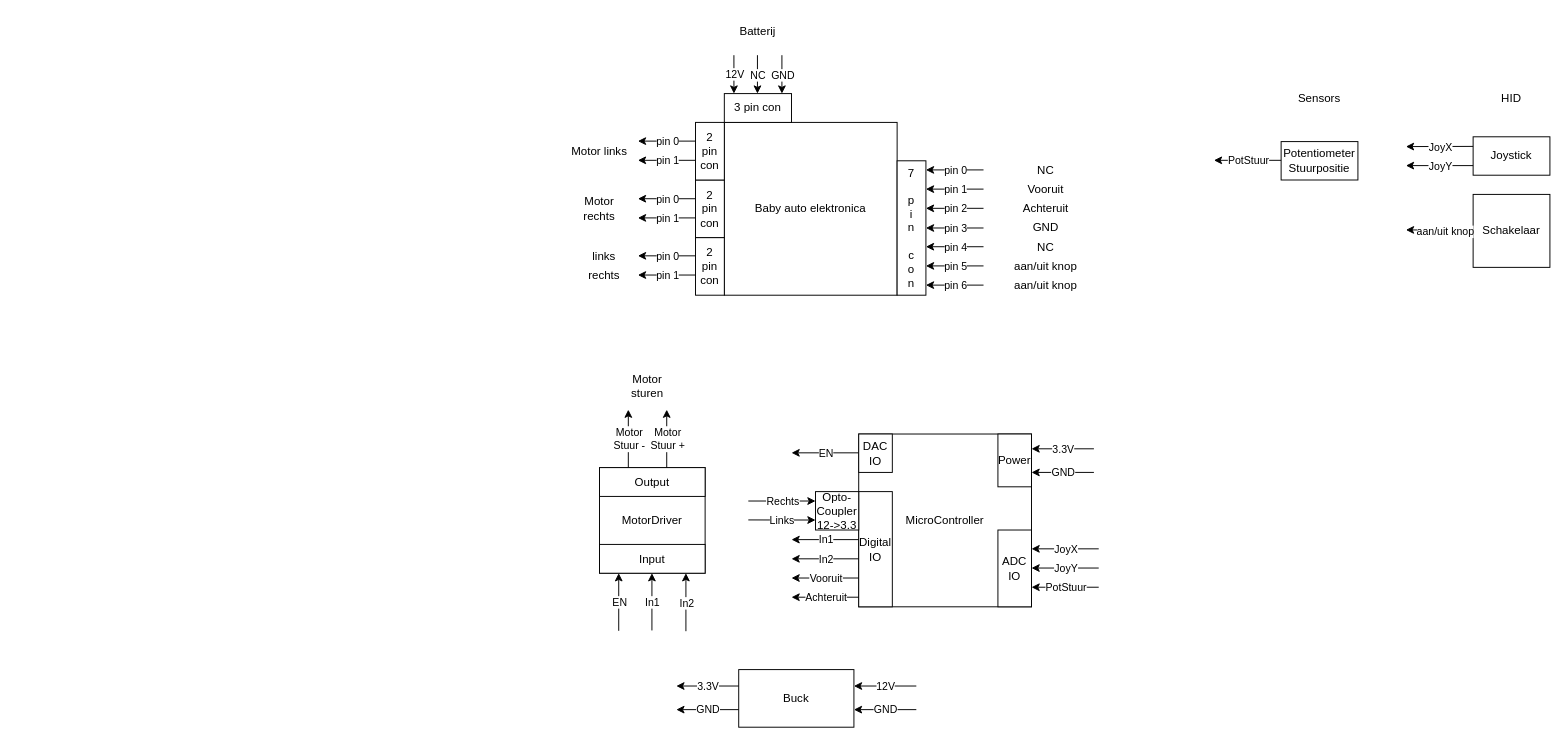
This is page "nieuwe interface baby auto elektronica" (4 of 6) of Schetsen/Architectuur.drawio from vives-project-xp/GoBabyGo2.0, a draw.io file, before an edit. Source tidied: cells renumbered, new cells numbered last; positions are measured from the earlier drawing's top-left corner, leaving out a move shared by most shapes. Both pictures are drawn from the tidied source at 96%, with x=0, y=0 at pixel (570, 16).
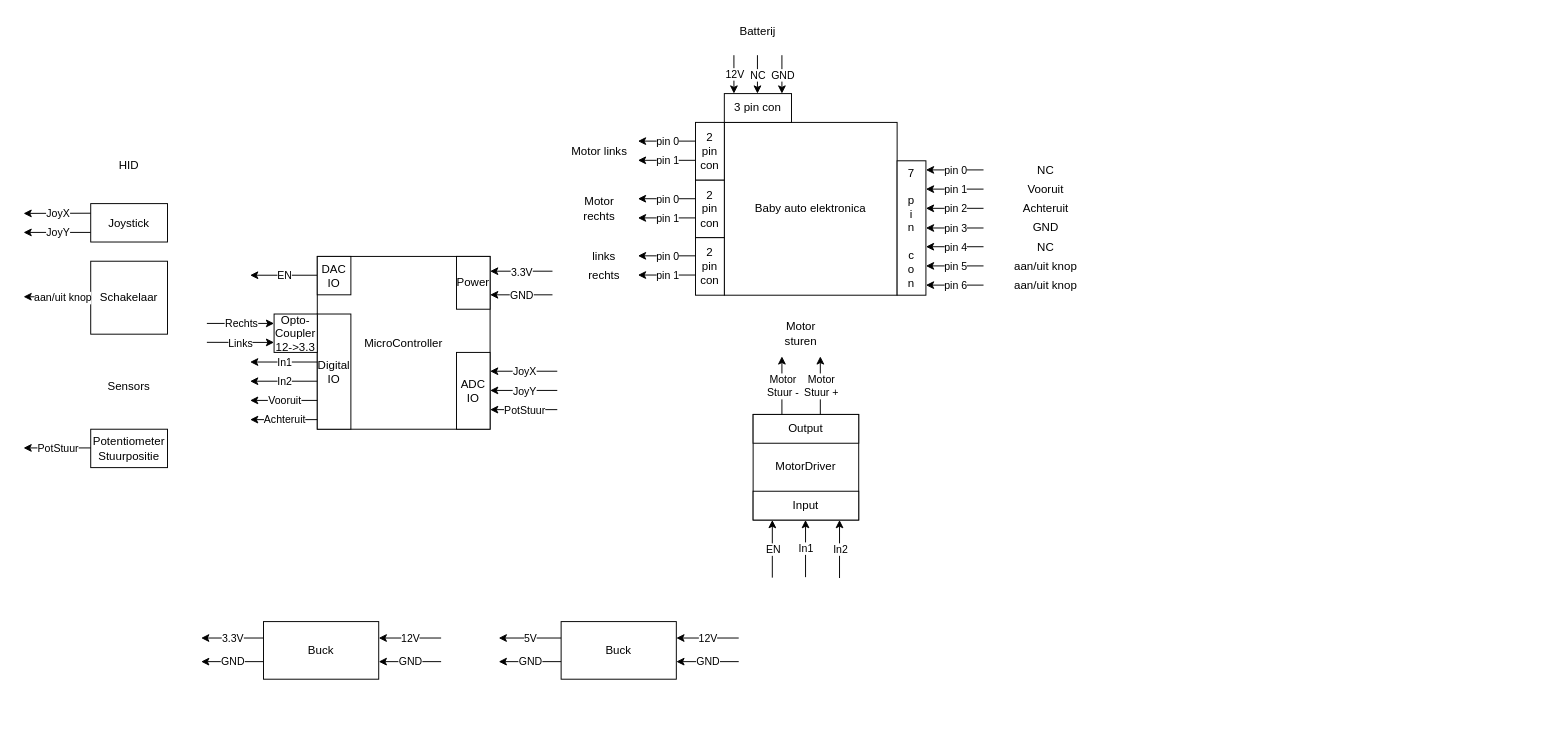
After the change.

The edit, as a diff of the source:
```diff
@@
     <mxCell id="43" value="Motor sturen" style="text;html=1;strokeColor=none;fillColor=none;align=center;verticalAlign=middle;whiteSpace=wrap;rounded=0;" parent="1" vertex="1">
-      <mxGeometry x="50" y="370" width="60" height="30" as="geometry" />
+      <mxGeometry x="210" y="314.6" width="60" height="30" as="geometry" />
     </mxCell>
@@
     <mxCell id="51" value="MicroController" style="whiteSpace=wrap;html=1;" parent="1" vertex="1">
-      <mxGeometry x="300" y="434.6" width="180" height="180" as="geometry" />
+      <mxGeometry x="-264" y="249.6" width="180" height="180" as="geometry" />
     </mxCell>
     <mxCell id="52" value="Digital&lt;br&gt;IO" style="rounded=0;whiteSpace=wrap;html=1;" parent="1" vertex="1">
-      <mxGeometry x="300" y="494.6" width="35" height="120" as="geometry" />
+      <mxGeometry x="-264" y="309.6" width="35" height="120" as="geometry" />
     </mxCell>
     <mxCell id="53" style="endArrow=classic;html=1;rounded=0;" parent="1" edge="1">
       <mxGeometry relative="1" as="geometry">
-        <mxPoint x="300" y="544.6" as="sourcePoint" />
-        <mxPoint x="230" y="544.6" as="targetPoint" />
+        <mxPoint x="-264" y="359.6" as="sourcePoint" />
+        <mxPoint x="-334" y="359.6" as="targetPoint" />
       </mxGeometry>
     </mxCell>
@@
     <mxCell id="55" style="endArrow=classic;html=1;rounded=0;" parent="1" edge="1">
       <mxGeometry relative="1" as="geometry">
-        <mxPoint x="300" y="564.6" as="sourcePoint" />
-        <mxPoint x="230" y="564.6" as="targetPoint" />
+        <mxPoint x="-264" y="379.6" as="sourcePoint" />
+        <mxPoint x="-334" y="379.6" as="targetPoint" />
       </mxGeometry>
     </mxCell>
@@
     <mxCell id="57" style="endArrow=classic;html=1;rounded=0;" parent="1" edge="1">
       <mxGeometry relative="1" as="geometry">
-        <mxPoint x="300" y="454.2" as="sourcePoint" />
-        <mxPoint x="230" y="454.2" as="targetPoint" />
+        <mxPoint x="-264" y="269.2" as="sourcePoint" />
+        <mxPoint x="-334" y="269.2" as="targetPoint" />
       </mxGeometry>
     </mxCell>
@@
     <mxCell id="59" value="DAC&lt;br&gt;IO" style="rounded=0;whiteSpace=wrap;html=1;" parent="1" vertex="1">
-      <mxGeometry x="300" y="434.6" width="35" height="40" as="geometry" />
+      <mxGeometry x="-264" y="249.6" width="35" height="40" as="geometry" />
     </mxCell>
     <mxCell id="60" value="ADC&lt;br&gt;IO" style="rounded=0;whiteSpace=wrap;html=1;" parent="1" vertex="1">
-      <mxGeometry x="445" y="534.6" width="35" height="80" as="geometry" />
+      <mxGeometry x="-119" y="349.6" width="35" height="80" as="geometry" />
     </mxCell>
     <mxCell id="61" style="endArrow=classic;html=1;rounded=0;" parent="1" edge="1">
       <mxGeometry relative="1" as="geometry">
-        <mxPoint x="300" y="584.6" as="sourcePoint" />
-        <mxPoint x="230" y="584.6" as="targetPoint" />
+        <mxPoint x="-264" y="399.6" as="sourcePoint" />
+        <mxPoint x="-334" y="399.6" as="targetPoint" />
       </mxGeometry>
     </mxCell>
@@
     <mxCell id="63" style="endArrow=classic;html=1;rounded=0;" parent="1" edge="1">
       <mxGeometry relative="1" as="geometry">
-        <mxPoint x="300" y="604.6" as="sourcePoint" />
-        <mxPoint x="230" y="604.6" as="targetPoint" />
+        <mxPoint x="-264" y="419.6" as="sourcePoint" />
+        <mxPoint x="-334" y="419.6" as="targetPoint" />
       </mxGeometry>
     </mxCell>
@@
     <mxCell id="65" style="endArrow=classic;html=1;rounded=0;" parent="1" edge="1">
       <mxGeometry relative="1" as="geometry">
-        <mxPoint x="550" y="554.2" as="sourcePoint" />
-        <mxPoint x="480" y="554.2" as="targetPoint" />
+        <mxPoint x="-14" y="369.2" as="sourcePoint" />
+        <mxPoint x="-84" y="369.2" as="targetPoint" />
       </mxGeometry>
     </mxCell>
@@
     <mxCell id="67" style="endArrow=classic;html=1;rounded=0;" parent="1" edge="1">
       <mxGeometry relative="1" as="geometry">
-        <mxPoint x="550" y="574.2" as="sourcePoint" />
-        <mxPoint x="480" y="574.2" as="targetPoint" />
+        <mxPoint x="-14" y="389.2" as="sourcePoint" />
+        <mxPoint x="-84" y="389.2" as="targetPoint" />
       </mxGeometry>
     </mxCell>
@@
     <mxCell id="69" style="endArrow=classic;html=1;rounded=0;" parent="1" edge="1">
       <mxGeometry relative="1" as="geometry">
-        <mxPoint x="550" y="594.2" as="sourcePoint" />
-        <mxPoint x="480" y="594.2" as="targetPoint" />
+        <mxPoint x="-14" y="409.2" as="sourcePoint" />
+        <mxPoint x="-84" y="409.2" as="targetPoint" />
       </mxGeometry>
     </mxCell>
@@
     <mxCell id="71" style="endArrow=classic;html=1;rounded=0;" parent="1" edge="1">
       <mxGeometry relative="1" as="geometry">
-        <mxPoint x="185" y="524.1" as="sourcePoint" />
-        <mxPoint x="255" y="524.2" as="targetPoint" />
+        <mxPoint x="-379" y="339.1" as="sourcePoint" />
+        <mxPoint x="-309" y="339.2" as="targetPoint" />
       </mxGeometry>
     </mxCell>
@@
     <mxCell id="73" style="endArrow=classic;html=1;rounded=0;" parent="1" edge="1">
       <mxGeometry relative="1" as="geometry">
-        <mxPoint x="185" y="504.4" as="sourcePoint" />
-        <mxPoint x="255" y="504.4" as="targetPoint" />
+        <mxPoint x="-379" y="319.4" as="sourcePoint" />
+        <mxPoint x="-309" y="319.4" as="targetPoint" />
       </mxGeometry>
     </mxCell>
@@
     <mxCell id="75" value="Opto-&lt;br&gt;Coupler&lt;br&gt;12-&amp;gt;3.3" style="rounded=0;whiteSpace=wrap;html=1;" parent="1" vertex="1">
-      <mxGeometry x="255" y="494.6" width="45" height="40" as="geometry" />
+      <mxGeometry x="-309" y="309.6" width="45" height="40" as="geometry" />
     </mxCell>
@@
     <mxCell id="78" value="MotorDriver" style="rounded=0;whiteSpace=wrap;html=1;" parent="1" vertex="1">
-      <mxGeometry x="30" y="469.6" width="110" height="110" as="geometry" />
+      <mxGeometry x="190" y="414.2" width="110" height="110" as="geometry" />
     </mxCell>
     <mxCell id="79" value="Input" style="rounded=0;whiteSpace=wrap;html=1;" parent="1" vertex="1">
-      <mxGeometry x="30" y="549.6" width="110" height="30" as="geometry" />
+      <mxGeometry x="190" y="494.2" width="110" height="30" as="geometry" />
     </mxCell>
     <mxCell id="80" style="endArrow=classic;html=1;rounded=0;" parent="1" edge="1">
       <mxGeometry relative="1" as="geometry">
-        <mxPoint x="84.6" y="639.2" as="sourcePoint" />
-        <mxPoint x="84.6" y="579.6" as="targetPoint" />
+        <mxPoint x="244.6" y="583.7" as="sourcePoint" />
+        <mxPoint x="244.6" y="524.2" as="targetPoint" />
       </mxGeometry>
     </mxCell>
@@
     <mxCell id="82" style="endArrow=classic;html=1;rounded=0;" parent="1" edge="1">
       <mxGeometry relative="1" as="geometry">
-        <mxPoint x="120" y="640" as="sourcePoint" />
-        <mxPoint x="120" y="579.6" as="targetPoint" />
+        <mxPoint x="280" y="584.6" as="sourcePoint" />
+        <mxPoint x="280" y="524.2" as="targetPoint" />
       </mxGeometry>
     </mxCell>
@@
     <mxCell id="84" style="endArrow=classic;html=1;rounded=0;" parent="1" edge="1">
       <mxGeometry relative="1" as="geometry">
-        <mxPoint x="50" y="639.6" as="sourcePoint" />
-        <mxPoint x="50" y="579.6" as="targetPoint" />
+        <mxPoint x="210" y="584.2" as="sourcePoint" />
+        <mxPoint x="210" y="524.2" as="targetPoint" />
       </mxGeometry>
     </mxCell>
@@
     <mxCell id="86" value="Output" style="rounded=0;whiteSpace=wrap;html=1;" parent="1" vertex="1">
-      <mxGeometry x="30" y="469.6" width="110" height="30" as="geometry" />
+      <mxGeometry x="190" y="414.2" width="110" height="30" as="geometry" />
     </mxCell>
     <mxCell id="87" style="endArrow=classic;html=1;rounded=0;" parent="1" edge="1">
       <mxGeometry relative="1" as="geometry">
-        <mxPoint x="100" y="469.6" as="sourcePoint" />
-        <mxPoint x="100" y="409.2" as="targetPoint" />
+        <mxPoint x="260" y="414.2" as="sourcePoint" />
+        <mxPoint x="260" y="353.7" as="targetPoint" />
       </mxGeometry>
     </mxCell>
@@
     <mxCell id="89" style="endArrow=classic;html=1;rounded=0;" parent="1" edge="1">
       <mxGeometry relative="1" as="geometry">
-        <mxPoint x="60" y="469.6" as="sourcePoint" />
-        <mxPoint x="60" y="409.2" as="targetPoint" />
+        <mxPoint x="220" y="414.2" as="sourcePoint" />
+        <mxPoint x="220" y="353.7" as="targetPoint" />
       </mxGeometry>
     </mxCell>
@@
     <mxCell id="91" value="Joystick" style="rounded=0;whiteSpace=wrap;html=1;" parent="1" vertex="1">
-      <mxGeometry x="940" y="125" width="80" height="40" as="geometry" />
+      <mxGeometry x="-500" y="194.6" width="80" height="40" as="geometry" />
     </mxCell>
     <mxCell id="92" style="endArrow=classic;html=1;rounded=0;" parent="1" edge="1">
       <mxGeometry relative="1" as="geometry">
-        <mxPoint x="940" y="135" as="sourcePoint" />
-        <mxPoint x="870" y="135.2" as="targetPoint" />
+        <mxPoint x="-500" y="204.6" as="sourcePoint" />
+        <mxPoint x="-570" y="204.8" as="targetPoint" />
       </mxGeometry>
     </mxCell>
@@
     <mxCell id="94" style="endArrow=classic;html=1;rounded=0;" parent="1" edge="1">
       <mxGeometry relative="1" as="geometry">
-        <mxPoint x="940" y="155" as="sourcePoint" />
-        <mxPoint x="870" y="155" as="targetPoint" />
+        <mxPoint x="-500" y="224.6" as="sourcePoint" />
+        <mxPoint x="-570" y="224.6" as="targetPoint" />
       </mxGeometry>
     </mxCell>
@@
     <mxCell id="96" value="Potentiometer&lt;br&gt;Stuurpositie" style="rounded=0;whiteSpace=wrap;html=1;" parent="1" vertex="1">
-      <mxGeometry x="740" y="130" width="80" height="40" as="geometry" />
+      <mxGeometry x="-500" y="429.6" width="80" height="40" as="geometry" />
     </mxCell>
     <mxCell id="97" style="endArrow=classic;html=1;rounded=0;" parent="1" edge="1">
       <mxGeometry relative="1" as="geometry">
-        <mxPoint x="740" y="149.5" as="sourcePoint" />
-        <mxPoint x="670" y="149.5" as="targetPoint" />
+        <mxPoint x="-500" y="449.1" as="sourcePoint" />
+        <mxPoint x="-570" y="449.1" as="targetPoint" />
       </mxGeometry>
     </mxCell>
@@
     <mxCell id="99" value="HID" style="text;html=1;strokeColor=none;fillColor=none;align=center;verticalAlign=middle;whiteSpace=wrap;rounded=0;" parent="1" vertex="1">
-      <mxGeometry x="950" y="70" width="60" height="30" as="geometry" />
+      <mxGeometry x="-490" y="139.6" width="60" height="30" as="geometry" />
     </mxCell>
     <mxCell id="100" value="Sensors" style="text;html=1;strokeColor=none;fillColor=none;align=center;verticalAlign=middle;whiteSpace=wrap;rounded=0;" parent="1" vertex="1">
-      <mxGeometry x="750" y="70" width="60" height="30" as="geometry" />
+      <mxGeometry x="-490" y="369.6" width="60" height="30" as="geometry" />
     </mxCell>
     <mxCell id="101" value="Power" style="rounded=0;whiteSpace=wrap;html=1;" parent="1" vertex="1">
-      <mxGeometry x="445" y="434.6" width="35" height="55" as="geometry" />
+      <mxGeometry x="-119" y="249.6" width="35" height="55" as="geometry" />
     </mxCell>
     <mxCell id="102" style="endArrow=classic;html=1;rounded=0;" parent="1" edge="1">
       <mxGeometry relative="1" as="geometry">
-        <mxPoint x="545" y="450" as="sourcePoint" />
-        <mxPoint x="480" y="450" as="targetPoint" />
+        <mxPoint x="-19" y="265" as="sourcePoint" />
+        <mxPoint x="-84" y="265" as="targetPoint" />
       </mxGeometry>
     </mxCell>
@@
     <mxCell id="104" style="endArrow=classic;html=1;rounded=0;" parent="1" edge="1">
       <mxGeometry relative="1" as="geometry">
-        <mxPoint x="545" y="474.6" as="sourcePoint" />
-        <mxPoint x="480" y="474.6" as="targetPoint" />
+        <mxPoint x="-19" y="289.6" as="sourcePoint" />
+        <mxPoint x="-84" y="289.6" as="targetPoint" />
       </mxGeometry>
     </mxCell>
@@
     <mxCell id="106" value="Buck" style="rounded=0;whiteSpace=wrap;html=1;" parent="1" vertex="1">
-      <mxGeometry x="175" y="680" width="120" height="60" as="geometry" />
+      <mxGeometry x="-320" y="630" width="120" height="60" as="geometry" />
     </mxCell>
     <mxCell id="107" style="endArrow=classic;html=1;rounded=0;" parent="1" edge="1">
       <mxGeometry relative="1" as="geometry">
-        <mxPoint x="175" y="697.1" as="sourcePoint" />
-        <mxPoint x="110" y="697.1" as="targetPoint" />
+        <mxPoint x="-320" y="647.1" as="sourcePoint" />
+        <mxPoint x="-385" y="647.1" as="targetPoint" />
       </mxGeometry>
     </mxCell>
@@
     <mxCell id="109" style="endArrow=classic;html=1;rounded=0;" parent="1" edge="1">
       <mxGeometry relative="1" as="geometry">
-        <mxPoint x="175" y="721.7" as="sourcePoint" />
-        <mxPoint x="110" y="721.7" as="targetPoint" />
+        <mxPoint x="-320" y="671.7" as="sourcePoint" />
+        <mxPoint x="-385" y="671.7" as="targetPoint" />
       </mxGeometry>
     </mxCell>
@@
     <mxCell id="111" style="endArrow=classic;html=1;rounded=0;" parent="1" edge="1">
       <mxGeometry relative="1" as="geometry">
-        <mxPoint x="360" y="697.1" as="sourcePoint" />
-        <mxPoint x="295" y="697.1" as="targetPoint" />
+        <mxPoint x="-135" y="647.1" as="sourcePoint" />
+        <mxPoint x="-200" y="647.1" as="targetPoint" />
       </mxGeometry>
     </mxCell>
@@
     <mxCell id="113" style="endArrow=classic;html=1;rounded=0;" parent="1" edge="1">
       <mxGeometry relative="1" as="geometry">
-        <mxPoint x="360" y="721.7" as="sourcePoint" />
-        <mxPoint x="295" y="721.7" as="targetPoint" />
+        <mxPoint x="-135" y="671.7" as="sourcePoint" />
+        <mxPoint x="-200" y="671.7" as="targetPoint" />
       </mxGeometry>
     </mxCell>
@@
     <mxCell id="115" value="Schakelaar" style="rounded=0;whiteSpace=wrap;html=1;" parent="1" vertex="1">
-      <mxGeometry x="940" y="185" width="80" height="76" as="geometry" />
+      <mxGeometry x="-500" y="254.6" width="80" height="76" as="geometry" />
     </mxCell>
     <mxCell id="116" style="endArrow=classic;html=1;rounded=0;" parent="1" edge="1">
       <mxGeometry relative="1" as="geometry">
-        <mxPoint x="940" y="222.3" as="sourcePoint" />
-        <mxPoint x="870" y="222" as="targetPoint" />
+        <mxPoint x="-500" y="291.9" as="sourcePoint" />
+        <mxPoint x="-570" y="291.6" as="targetPoint" />
       </mxGeometry>
     </mxCell>
@@
+    <mxCell id="118" value="Buck" style="rounded=0;whiteSpace=wrap;html=1;" parent="1" vertex="1">
+      <mxGeometry x="-10" y="630" width="120" height="60" as="geometry" />
+    </mxCell>
+    <mxCell id="119" style="endArrow=classic;html=1;rounded=0;" parent="1" edge="1">
+      <mxGeometry relative="1" as="geometry">
+        <mxPoint x="-10" y="647.1" as="sourcePoint" />
+        <mxPoint x="-75" y="647.1" as="targetPoint" />
+      </mxGeometry>
+    </mxCell>
+    <mxCell id="120" value="5V" style="edgeLabel;html=1;align=center;verticalAlign=middle;" parent="119" vertex="1">
+      <mxGeometry relative="1" as="geometry" />
+    </mxCell>
+    <mxCell id="121" style="endArrow=classic;html=1;rounded=0;" parent="1" edge="1">
+      <mxGeometry relative="1" as="geometry">
+        <mxPoint x="-10" y="671.7" as="sourcePoint" />
+        <mxPoint x="-75" y="671.7" as="targetPoint" />
+      </mxGeometry>
+    </mxCell>
+    <mxCell id="122" value="GND" style="edgeLabel;html=1;align=center;verticalAlign=middle;" parent="121" vertex="1">
+      <mxGeometry relative="1" as="geometry" />
+    </mxCell>
+    <mxCell id="123" style="endArrow=classic;html=1;rounded=0;" parent="1" edge="1">
+      <mxGeometry relative="1" as="geometry">
+        <mxPoint x="175" y="647.1" as="sourcePoint" />
+        <mxPoint x="110" y="647.1" as="targetPoint" />
+      </mxGeometry>
+    </mxCell>
+    <mxCell id="124" value="12V" style="edgeLabel;html=1;align=center;verticalAlign=middle;" parent="123" vertex="1">
+      <mxGeometry relative="1" as="geometry" />
+    </mxCell>
+    <mxCell id="125" style="endArrow=classic;html=1;rounded=0;" parent="1" edge="1">
+      <mxGeometry relative="1" as="geometry">
+        <mxPoint x="175" y="671.7" as="sourcePoint" />
+        <mxPoint x="110" y="671.7" as="targetPoint" />
+      </mxGeometry>
+    </mxCell>
+    <mxCell id="126" value="GND" style="edgeLabel;html=1;align=center;verticalAlign=middle;" parent="125" vertex="1">
+      <mxGeometry relative="1" as="geometry" />
+    </mxCell>
```
